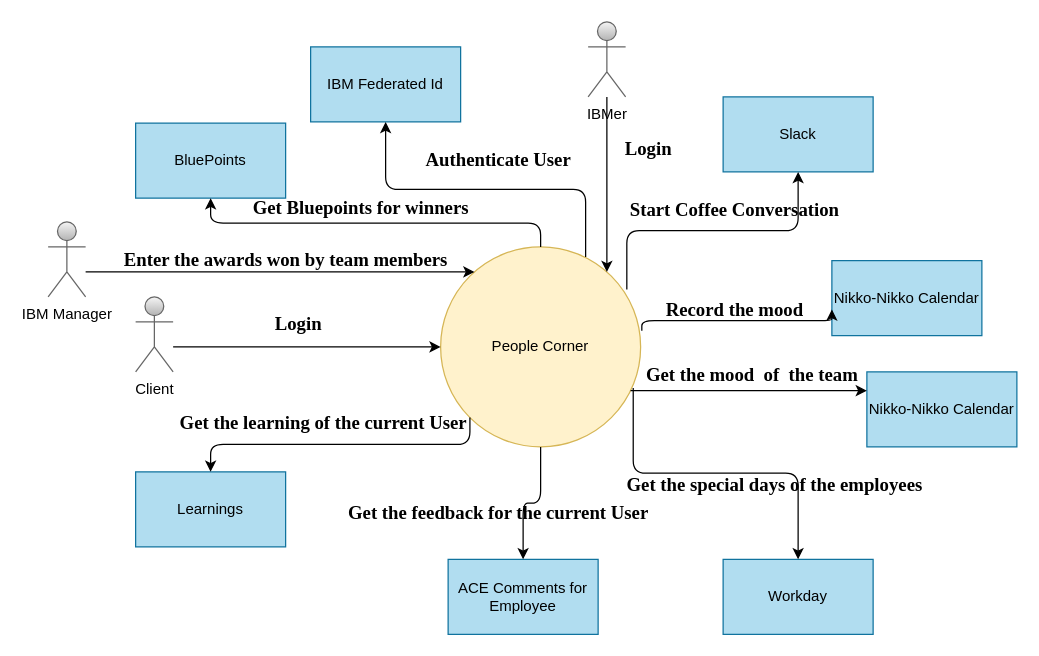
Earlier version of the draw.io diagram System_Context.drawio (bhagyaravi/knative-ocp-3.11). Source tidied: cells renumbered, new cells numbered last; positions are measured from the earlier drawing's top-left corner, leaving out a move shared by most shapes. Both pictures are drawn from the tidied source at 125%, with x=0, y=0 at pixel (48, 21).
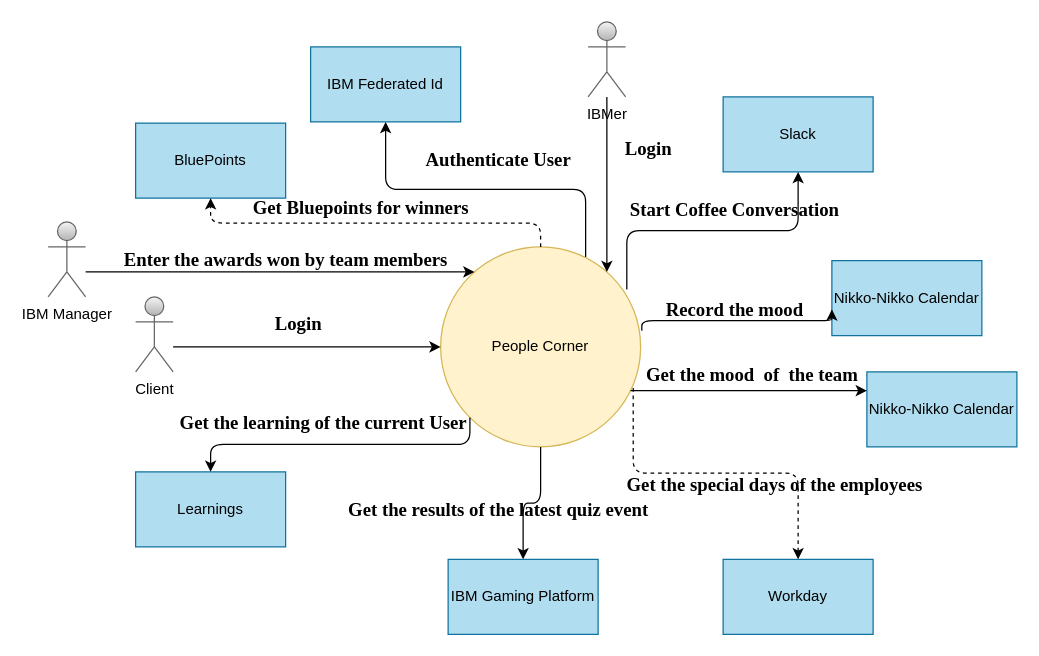
After the change.

The change refers to these unchanged cells:
```xml
<mxCell id="2" value="People Corner" style="ellipse;whiteSpace=wrap;html=1;fillColor=#fff2cc;strokeColor=#d6b656;" parent="1" vertex="1">
  <mxGeometry x="314" y="180" width="160" height="160" as="geometry" />
</mxCell>
<mxCell id="3" value="BluePoints" style="rounded=0;whiteSpace=wrap;html=1;fillColor=#b1ddf0;strokeColor=#10739e;" parent="1" vertex="1">
  <mxGeometry x="70" y="81" width="120" height="60" as="geometry" />
</mxCell>
<mxCell id="7" value="Workday" style="rounded=0;whiteSpace=wrap;html=1;fillColor=#b1ddf0;strokeColor=#10739e;" parent="1" vertex="1">
  <mxGeometry x="540" y="430" width="120" height="60" as="geometry" />
</mxCell>
```

What changed in the source:
```diff
@@
-    <mxCell id="5" style="edgeStyle=elbowEdgeStyle;elbow=vertical;endArrow=classic;html=1;" parent="1" edge="1" source="2" target="3">
+    <mxCell id="5" style="edgeStyle=elbowEdgeStyle;elbow=vertical;endArrow=classic;html=1;dashed=1;" parent="1" edge="1" source="2" target="3">
       <mxGeometry relative="1" as="geometry" />
     </mxCell>
-    <mxCell id="6" value="ACE Comments for Employee" style="rounded=0;whiteSpace=wrap;html=1;fillColor=#b1ddf0;strokeColor=#10739e;" parent="1" vertex="1">
+    <mxCell id="6" value="IBM Gaming Platform" style="rounded=0;whiteSpace=wrap;html=1;fillColor=#b1ddf0;strokeColor=#10739e;" parent="1" vertex="1">
       <mxGeometry x="320" y="430" width="120" height="60" as="geometry" />
     </mxCell>
@@
-    <mxCell id="15" style="edgeStyle=elbowEdgeStyle;elbow=vertical;endArrow=classic;html=1;exitX=0.963;exitY=0.706;exitDx=0;exitDy=0;exitPerimeter=0;" parent="1" edge="1" source="2" target="7">
+    <mxCell id="15" style="edgeStyle=elbowEdgeStyle;elbow=vertical;endArrow=classic;html=1;exitX=0.963;exitY=0.706;exitDx=0;exitDy=0;exitPerimeter=0;dashed=1;" parent="1" edge="1" source="2" target="7">
       <mxGeometry relative="1" as="geometry" />
     </mxCell>
@@
-    <mxCell id="31" value="&lt;font style=&quot;font-size: 15px&quot; face=&quot;Times New Roman&quot;&gt;Get the feedback for the current User&lt;/font&gt;" style="text;strokeColor=none;fillColor=none;html=1;fontSize=24;fontStyle=1;verticalAlign=middle;align=center;" parent="1" vertex="1">
+    <mxCell id="31" value="Get the results of the latest quiz event" style="text;strokeColor=none;fillColor=none;html=1;fontSize=15;fontStyle=1;verticalAlign=middle;align=center;fontFamily=Times New Roman;" parent="1" vertex="1">
       <mxGeometry x="310" y="370" width="100" height="40" as="geometry" />
     </mxCell>
```
